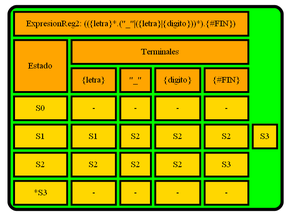
This is TRANSICIONES_202004765/TablaTrans_ExpresionReg2.png from PikaGuty/OLC1_Proyecto1_202004765, a Graphviz export, as it was before one commit. Its source is kept beside it as TRANSICIONES_202004765/TablaTrans_ExpresionReg2.dot.
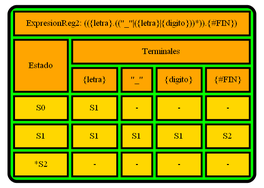
After the change.

Diff of the diagram source:
```diff
@@ -2,7 +2,7 @@
 label=<
 <TABLE border="5" cellspacing="4" cellpadding="10" style="rounded" bgcolor="green" gradientangle="315">
 <TR>
-<TD border="3"  colspan="5" bgcolor="orange">ExpresionReg2: (({letra}*.("_"|({letra}|{digito}))*).{#FIN})</TD>
+<TD border="3"  colspan="5" bgcolor="orange">ExpresionReg2: (({letra}.(("_"|({letra}|{digito}))*)).{#FIN})</TD>
 </TR>
 <TR>
 <TD border="3"  rowspan="2" bgcolor="orange">Estado</TD>
@@ -15,26 +15,19 @@
 <TD border="3" bgcolor="orange">{#FIN}</TD>
 </TR>
 <TR>
-<TD border="3"  bgcolor="gold">S0</TD><TD border="3" bgcolor="gold">-</TD>
+<TD border="3"  bgcolor="gold">S0</TD><TD border="3" bgcolor="gold">S1</TD>
 <TD border="3" bgcolor="gold">-</TD>
 <TD border="3" bgcolor="gold">-</TD>
 <TD border="3" bgcolor="gold">-</TD>
 </TR>
 <TR>
 <TD border="3"  bgcolor="gold">S1</TD><TD border="3" bgcolor="gold">S1</TD>
+<TD border="3" bgcolor="gold">S1</TD>
+<TD border="3" bgcolor="gold">S1</TD>
 <TD border="3" bgcolor="gold">S2</TD>
-<TD border="3" bgcolor="gold">S2</TD>
-<TD border="3" bgcolor="gold">S2</TD>
-<TD border="3" bgcolor="gold">S3</TD>
 </TR>
 <TR>
-<TD border="3"  bgcolor="gold">S2</TD><TD border="3" bgcolor="gold">S2</TD>
-<TD border="3" bgcolor="gold">S2</TD>
-<TD border="3" bgcolor="gold">S2</TD>
-<TD border="3" bgcolor="gold">S3</TD>
-</TR>
-<TR>
-<TD border="3"  bgcolor="gold">*S3</TD><TD border="3" bgcolor="gold">-</TD>
+<TD border="3"  bgcolor="gold">*S2</TD><TD border="3" bgcolor="gold">-</TD>
 <TD border="3" bgcolor="gold">-</TD>
 <TD border="3" bgcolor="gold">-</TD>
 <TD border="3" bgcolor="gold">-</TD>
```
